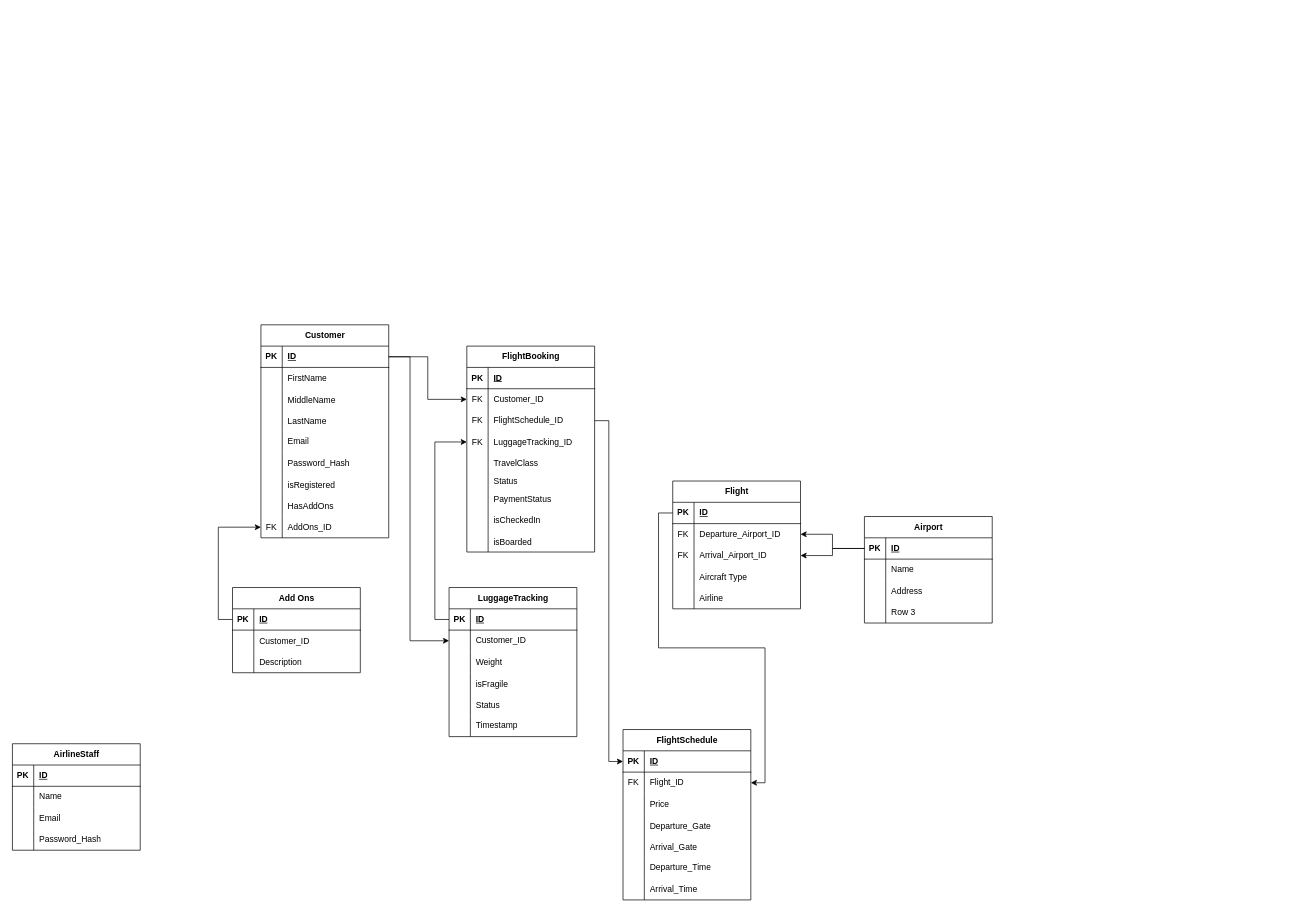
This is Untitled Diagram.drawio from monterdekeanu/monterdekeanu, a draw.io file, before an edit. Source tidied: cells renumbered, new cells numbered last; positions are measured from the earlier drawing's top-left corner, leaving out a move shared by most shapes. Both pictures are drawn from the tidied source at 71%, with x=0, y=0 at pixel (12, 324).
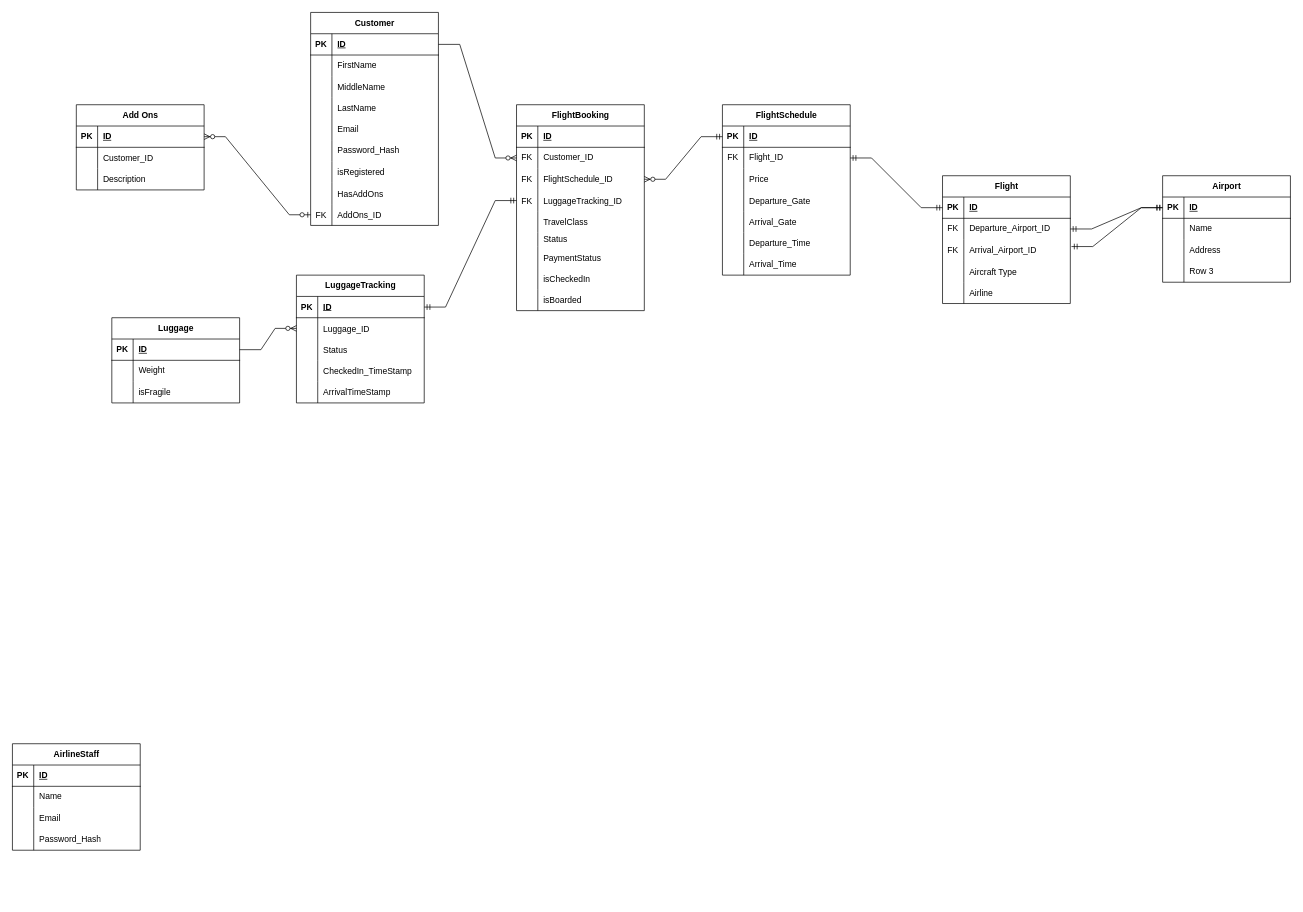
The same page after the edit.

The change refers to these unchanged cells:
```xml
<mxCell id="3" style="shape=tableRow;horizontal=0;startSize=0;swimlaneHead=0;swimlaneBody=0;fillColor=none;points=[[0,0.5],[1,0.5]];portConstraint=eastwest;top=0;left=0;right=0;bottom=1;" parent="2" vertex="1">
  <mxGeometry y="30" width="180" height="30" as="geometry" />
</mxCell>
<mxCell id="27" style="shape=tableRow;horizontal=0;startSize=0;swimlaneHead=0;swimlaneBody=0;fillColor=none;points=[[0,0.5],[1,0.5]];portConstraint=eastwest;top=0;left=0;right=0;bottom=0;" parent="2" vertex="1">
  <mxGeometry y="270" width="180" height="30" as="geometry" />
</mxCell>
<mxCell id="34" style="shape=tableRow;horizontal=0;startSize=0;swimlaneHead=0;swimlaneBody=0;fillColor=none;points=[[0,0.5],[1,0.5]];portConstraint=eastwest;top=0;left=0;right=0;bottom=0;" parent="30" vertex="1">
  <mxGeometry y="60" width="180" height="30" as="geometry" />
</mxCell>
<mxCell id="37" style="shape=tableRow;horizontal=0;startSize=0;swimlaneHead=0;swimlaneBody=0;fillColor=none;points=[[0,0.5],[1,0.5]];portConstraint=eastwest;top=0;left=0;right=0;bottom=0;" parent="30" vertex="1">
  <mxGeometry y="90" width="180" height="30" as="geometry" />
</mxCell>
<mxCell id="40" style="shape=tableRow;horizontal=0;startSize=0;swimlaneHead=0;swimlaneBody=0;fillColor=none;points=[[0,0.5],[1,0.5]];portConstraint=eastwest;top=0;left=0;right=0;bottom=0;" parent="30" vertex="1">
  <mxGeometry y="120" width="180" height="30" as="geometry" />
</mxCell>
<mxCell id="59" style="shape=tableRow;horizontal=0;startSize=0;swimlaneHead=0;swimlaneBody=0;fillColor=none;points=[[0,0.5],[1,0.5]];portConstraint=eastwest;top=0;left=0;right=0;bottom=1;" parent="58" vertex="1">
  <mxGeometry y="30" width="180" height="30" as="geometry" />
</mxCell>
<mxCell id="62" style="shape=tableRow;horizontal=0;startSize=0;swimlaneHead=0;swimlaneBody=0;fillColor=none;points=[[0,0.5],[1,0.5]];portConstraint=eastwest;top=0;left=0;right=0;bottom=0;" parent="58" vertex="1">
  <mxGeometry y="60" width="180" height="30" as="geometry" />
</mxCell>
<mxCell id="81" style="shape=tableRow;horizontal=0;startSize=0;swimlaneHead=0;swimlaneBody=0;fillColor=none;points=[[0,0.5],[1,0.5]];portConstraint=eastwest;top=0;left=0;right=0;bottom=1;" parent="80" vertex="1">
  <mxGeometry y="30" width="180" height="30" as="geometry" />
</mxCell>
<mxCell id="84" style="shape=tableRow;horizontal=0;startSize=0;swimlaneHead=0;swimlaneBody=0;fillColor=none;points=[[0,0.5],[1,0.5]];portConstraint=eastwest;top=0;left=0;right=0;bottom=0;" parent="80" vertex="1">
  <mxGeometry y="60" width="180" height="30" as="geometry" />
</mxCell>
<mxCell id="87" style="shape=tableRow;horizontal=0;startSize=0;swimlaneHead=0;swimlaneBody=0;fillColor=none;points=[[0,0.5],[1,0.5]];portConstraint=eastwest;top=0;left=0;right=0;bottom=0;" parent="80" vertex="1">
  <mxGeometry y="90" width="180" height="30" as="geometry" />
</mxCell>
<mxCell id="97" style="shape=tableRow;horizontal=0;startSize=0;swimlaneHead=0;swimlaneBody=0;fillColor=none;points=[[0,0.5],[1,0.5]];portConstraint=eastwest;top=0;left=0;right=0;bottom=1;" parent="96" vertex="1">
  <mxGeometry y="30" width="180" height="30" as="geometry" />
</mxCell>
<mxCell id="131" style="shape=tableRow;horizontal=0;startSize=0;swimlaneHead=0;swimlaneBody=0;fillColor=none;points=[[0,0.5],[1,0.5]];portConstraint=eastwest;top=0;left=0;right=0;bottom=1;" parent="130" vertex="1">
  <mxGeometry y="30" width="180" height="30" as="geometry" />
</mxCell>
<mxCell id="148" style="shape=tableRow;horizontal=0;startSize=0;swimlaneHead=0;swimlaneBody=0;fillColor=none;points=[[0,0.5],[1,0.5]];portConstraint=eastwest;top=0;left=0;right=0;bottom=1;" parent="147" vertex="1">
  <mxGeometry y="30" width="180" height="30" as="geometry" />
</mxCell>
```

Diff of the diagram source:
```diff
@@
     <mxCell id="2" value="Customer" style="shape=table;startSize=30;childLayout=tableLayout;rowLines=0;fontStyle=1;align=center;html=1;" parent="1" vertex="1">
-      <mxGeometry x="350" width="180" height="300" as="geometry" />
+      <mxGeometry x="420" y="-440" width="180" height="300" as="geometry" />
     </mxCell>
@@
     <mxCell id="30" value="FlightBooking" style="shape=table;startSize=30;childLayout=tableLayout;rowLines=0;fontStyle=1;align=center;html=1;" parent="1" vertex="1">
-      <mxGeometry x="640" y="30" width="180" height="290" as="geometry" />
+      <mxGeometry x="710" y="-310" width="180" height="290" as="geometry" />
     </mxCell>
@@
     <mxCell id="58" value="FlightSchedule" style="shape=table;startSize=30;childLayout=tableLayout;rowLines=0;fontStyle=1;align=center;html=1;" parent="1" vertex="1">
-      <mxGeometry x="860" y="570" width="180" height="240" as="geometry" />
+      <mxGeometry x="1000" y="-310" width="180" height="240" as="geometry" />
     </mxCell>
@@
     <mxCell id="80" value="Flight" style="shape=table;startSize=30;childLayout=tableLayout;rowLines=0;fontStyle=1;align=center;html=1;" parent="1" vertex="1">
-      <mxGeometry x="930" y="220" width="180" height="180" as="geometry" />
+      <mxGeometry x="1310" y="-210" width="180" height="180" as="geometry" />
     </mxCell>
@@
     <mxCell id="96" value="LuggageTracking" style="shape=table;startSize=30;childLayout=tableLayout;rowLines=0;fontStyle=1;align=center;html=1;" parent="1" vertex="1">
-      <mxGeometry x="615" y="370" width="180" height="210" as="geometry" />
+      <mxGeometry x="400" y="-70" width="180" height="180" as="geometry" />
     </mxCell>
@@
-    <mxCell id="100" style="shape=tableRow;horizontal=0;startSize=0;swimlaneHead=0;swimlaneBody=0;fillColor=none;points=[[0,0.5],[1,0.5]];portConstraint=eastwest;top=0;left=0;right=0;bottom=0;" parent="96" vertex="1">
-      <mxGeometry y="60" width="180" height="30" as="geometry" />
-    </mxCell>
-    <mxCell id="101" style="shape=partialRectangle;fillColor=none;top=0;left=0;bottom=0;right=0;overflow=hidden;whiteSpace=wrap;html=1;" parent="100" vertex="1">
-      <mxGeometry width="30" height="30" as="geometry" />
-    </mxCell>
-    <mxCell id="102" value="Customer_ID" style="shape=partialRectangle;fillColor=none;top=0;left=0;bottom=0;right=0;align=left;spacingLeft=6;overflow=hidden;whiteSpace=wrap;html=1;" parent="100" vertex="1">
-      <mxGeometry x="30" width="150" height="30" as="geometry" />
-    </mxCell>
-    <mxCell id="103" style="shape=tableRow;horizontal=0;startSize=0;swimlaneHead=0;swimlaneBody=0;fillColor=none;top=0;left=0;right=0;bottom=0;" parent="96" vertex="1">
-      <mxGeometry y="90" width="180" height="30" as="geometry" />
-    </mxCell>
-    <mxCell id="104" style="shape=partialRectangle;fillColor=none;top=0;left=0;bottom=0;right=0;overflow=hidden;" parent="103" vertex="1">
-      <mxGeometry width="30" height="30" as="geometry" />
-    </mxCell>
-    <mxCell id="105" value="Weight" style="shape=partialRectangle;fillColor=none;top=0;left=0;bottom=0;right=0;align=left;spacingLeft=6;overflow=hidden;" parent="103" vertex="1">
-      <mxGeometry x="30" width="150" height="30" as="geometry" />
-    </mxCell>
     <mxCell id="106" style="shape=tableRow;horizontal=0;startSize=0;swimlaneHead=0;swimlaneBody=0;fillColor=none;points=[[0,0.5],[1,0.5]];portConstraint=eastwest;top=0;left=0;right=0;bottom=0;" parent="96" vertex="1">
-      <mxGeometry y="120" width="180" height="30" as="geometry" />
+      <mxGeometry y="60" width="180" height="30" as="geometry" />
     </mxCell>
@@
-    <mxCell id="108" value="isFragile" style="shape=partialRectangle;fillColor=none;top=0;left=0;bottom=0;right=0;align=left;spacingLeft=6;overflow=hidden;" parent="106" vertex="1">
+    <mxCell id="108" value="Luggage_ID" style="shape=partialRectangle;fillColor=none;top=0;left=0;bottom=0;right=0;align=left;spacingLeft=6;overflow=hidden;" parent="106" vertex="1">
       <mxGeometry x="30" width="150" height="30" as="geometry" />
     </mxCell>
     <mxCell id="109" style="shape=tableRow;horizontal=0;startSize=0;swimlaneHead=0;swimlaneBody=0;fillColor=none;top=0;left=0;right=0;bottom=0;" parent="96" vertex="1">
-      <mxGeometry y="150" width="180" height="30" as="geometry" />
+      <mxGeometry y="90" width="180" height="30" as="geometry" />
     </mxCell>
@@
+    <mxCell id="159" style="shape=tableRow;horizontal=0;startSize=0;swimlaneHead=0;swimlaneBody=0;fillColor=none;top=0;left=0;right=0;bottom=0;" parent="96" vertex="1">
+      <mxGeometry y="120" width="180" height="30" as="geometry" />
+    </mxCell>
+    <mxCell id="104" style="shape=partialRectangle;fillColor=none;top=0;left=0;bottom=0;right=0;overflow=hidden;" parent="159" vertex="1">
+      <mxGeometry width="30" height="30" as="geometry" />
+    </mxCell>
+    <mxCell id="160" value="CheckedIn_TimeStamp" style="shape=partialRectangle;fillColor=none;top=0;left=0;bottom=0;right=0;align=left;spacingLeft=6;overflow=hidden;" parent="159" vertex="1">
+      <mxGeometry x="30" width="150" height="30" as="geometry" />
+    </mxCell>
     <mxCell id="112" style="shape=tableRow;horizontal=0;startSize=0;swimlaneHead=0;swimlaneBody=0;fillColor=none;top=0;left=0;right=0;bottom=0;" parent="96" vertex="1">
-      <mxGeometry y="180" width="180" height="30" as="geometry" />
+      <mxGeometry y="150" width="180" height="30" as="geometry" />
     </mxCell>
@@
-    <mxCell id="114" value="Timestamp" style="shape=partialRectangle;fillColor=none;top=0;left=0;bottom=0;right=0;align=left;spacingLeft=6;overflow=hidden;whiteSpace=wrap;html=1;" parent="112" vertex="1">
+    <mxCell id="114" value="ArrivalTimeStamp" style="shape=partialRectangle;fillColor=none;top=0;left=0;bottom=0;right=0;align=left;spacingLeft=6;overflow=hidden;whiteSpace=wrap;html=1;" parent="112" vertex="1">
       <mxGeometry x="30" width="150" height="30" as="geometry" />
     </mxCell>
-    <mxCell id="115" style="edgeStyle=orthogonalEdgeStyle;rounded=0;jettySize=auto;html=1;exitX=1;exitY=0.5;exitDx=0;exitDy=0;entryX=0;entryY=0.5;entryDx=0;entryDy=0;" parent="1" edge="1" source="3" target="34">
-      <mxGeometry relative="1" as="geometry" />
-    </mxCell>
-    <mxCell id="116" style="edgeStyle=orthogonalEdgeStyle;rounded=0;jettySize=auto;html=1;exitX=0;exitY=0.5;exitDx=0;exitDy=0;entryX=1;entryY=0.5;entryDx=0;entryDy=0;" parent="1" edge="1" source="81" target="62">
-      <mxGeometry relative="1" as="geometry" />
-    </mxCell>
@@
     <mxCell id="130" value="Airport" style="shape=table;startSize=30;childLayout=tableLayout;rowLines=0;fontStyle=1;align=center;html=1;" parent="1" vertex="1">
-      <mxGeometry x="1200" y="270" width="180" height="150" as="geometry" />
+      <mxGeometry x="1620" y="-210" width="180" height="150" as="geometry" />
     </mxCell>
@@
-    <mxCell id="143" style="edgeStyle=orthogonalEdgeStyle;rounded=0;jettySize=auto;html=1;exitX=0;exitY=0.5;exitDx=0;exitDy=0;entryX=1;entryY=0.5;entryDx=0;entryDy=0;" parent="1" edge="1" source="131" target="84">
-      <mxGeometry relative="1" as="geometry" />
-    </mxCell>
-    <mxCell id="144" style="edgeStyle=orthogonalEdgeStyle;rounded=0;jettySize=auto;html=1;exitX=0;exitY=0.5;exitDx=0;exitDy=0;entryX=1;entryY=0.5;entryDx=0;entryDy=0;" parent="1" edge="1" source="131" target="87">
-      <mxGeometry relative="1" as="geometry" />
-    </mxCell>
-    <mxCell id="145" style="edgeStyle=orthogonalEdgeStyle;rounded=0;jettySize=auto;html=1;exitX=1;exitY=0.5;exitDx=0;exitDy=0;entryX=0;entryY=0.5;entryDx=0;entryDy=0;" parent="1" edge="1" source="3" target="100">
-      <mxGeometry relative="1" as="geometry">
-        <Array as="points">
-          <mxPoint x="560" y="45" />
-          <mxPoint x="560" y="445" />
-        </Array>
-      </mxGeometry>
-    </mxCell>
-    <mxCell id="146" style="edgeStyle=orthogonalEdgeStyle;rounded=0;jettySize=auto;html=1;exitX=0;exitY=0.5;exitDx=0;exitDy=0;entryX=0;entryY=0.5;entryDx=0;entryDy=0;" parent="1" edge="1" source="97" target="40">
-      <mxGeometry relative="1" as="geometry" />
-    </mxCell>
     <mxCell id="147" value="Add Ons" style="shape=table;startSize=30;childLayout=tableLayout;rowLines=0;fontStyle=1;align=center;html=1;" parent="1" vertex="1">
-      <mxGeometry x="310" y="370" width="180" height="120" as="geometry" />
+      <mxGeometry x="90" y="-310" width="180" height="120" as="geometry" />
     </mxCell>
@@
-    <mxCell id="157" style="edgeStyle=orthogonalEdgeStyle;rounded=0;jettySize=auto;html=1;exitX=0;exitY=0.5;exitDx=0;exitDy=0;" parent="1" edge="1" source="148" target="27">
-      <mxGeometry relative="1" as="geometry" />
-    </mxCell>
-    <mxCell id="158" style="edgeStyle=orthogonalEdgeStyle;rounded=0;jettySize=auto;html=1;exitX=1;exitY=0.5;exitDx=0;exitDy=0;entryX=0;entryY=0.5;entryDx=0;entryDy=0;" parent="1" edge="1" source="37" target="59">
-      <mxGeometry relative="1" as="geometry" />
-    </mxCell>
+    <mxCell id="115" style="edgeStyle=entityRelationEdgeStyle;fontSize=12;html=1;endArrow=ERzeroToMany;endFill=1;rounded=0;entryX=0;entryY=0.5;entryDx=0;entryDy=0;exitX=1;exitY=0.5;exitDx=0;exitDy=0;" parent="1" edge="1" source="3" target="34">
+      <mxGeometry relative="1" as="geometry" />
+    </mxCell>
+    <mxCell id="161" style="edgeStyle=entityRelationEdgeStyle;fontSize=12;html=1;endArrow=ERzeroToMany;startArrow=ERmandOne;rounded=0;exitX=0;exitY=0.5;exitDx=0;exitDy=0;entryX=1;entryY=0.5;entryDx=0;entryDy=0;" parent="1" edge="1" source="59" target="37">
+      <mxGeometry relative="1" as="geometry" />
+    </mxCell>
+    <mxCell id="162" style="edgeStyle=entityRelationEdgeStyle;fontSize=12;html=1;endArrow=ERmandOne;startArrow=ERmandOne;rounded=0;exitX=1;exitY=0.5;exitDx=0;exitDy=0;entryX=0;entryY=0.5;entryDx=0;entryDy=0;" parent="1" edge="1" source="62" target="81">
+      <mxGeometry relative="1" as="geometry" />
+    </mxCell>
+    <mxCell id="146" style="edgeStyle=entityRelationEdgeStyle;fontSize=12;html=1;endArrow=ERmandOne;startArrow=ERmandOne;rounded=0;entryX=0;entryY=0.5;entryDx=0;entryDy=0;exitX=1;exitY=0.5;exitDx=0;exitDy=0;" parent="1" edge="1" source="97" target="40">
+      <mxGeometry relative="1" as="geometry" />
+    </mxCell>
+    <mxCell id="163" value="Luggage" style="shape=table;startSize=30;childLayout=tableLayout;rowLines=0;fontStyle=1;align=center;html=1;" parent="1" vertex="1">
+      <mxGeometry x="140" y="-10" width="180" height="120" as="geometry" />
+    </mxCell>
+    <mxCell id="164" style="shape=tableRow;horizontal=0;startSize=0;swimlaneHead=0;swimlaneBody=0;fillColor=none;points=[[0,0.5],[1,0.5]];portConstraint=eastwest;top=0;left=0;right=0;bottom=1;" parent="163" vertex="1">
+      <mxGeometry y="30" width="180" height="30" as="geometry" />
+    </mxCell>
+    <mxCell id="165" value="PK" style="shape=partialRectangle;fillColor=none;top=0;left=0;bottom=0;right=0;fontStyle=1;overflow=hidden;whiteSpace=wrap;html=1;" parent="164" vertex="1">
+      <mxGeometry width="30" height="30" as="geometry" />
+    </mxCell>
+    <mxCell id="166" value="ID" style="shape=partialRectangle;fillColor=none;top=0;left=0;bottom=0;right=0;align=left;spacingLeft=6;fontStyle=5;overflow=hidden;whiteSpace=wrap;html=1;" parent="164" vertex="1">
+      <mxGeometry x="30" width="150" height="30" as="geometry" />
+    </mxCell>
+    <mxCell id="100" style="shape=tableRow;horizontal=0;startSize=0;swimlaneHead=0;swimlaneBody=0;fillColor=none;points=[[0,0.5],[1,0.5]];portConstraint=eastwest;top=0;left=0;right=0;bottom=0;" parent="163" vertex="1">
+      <mxGeometry y="60" width="180" height="30" as="geometry" />
+    </mxCell>
+    <mxCell id="167" style="shape=partialRectangle;fillColor=none;top=0;left=0;bottom=0;right=0;overflow=hidden;whiteSpace=wrap;html=1;" parent="100" vertex="1">
+      <mxGeometry width="30" height="30" as="geometry" />
+    </mxCell>
+    <mxCell id="105" value="Weight" style="shape=partialRectangle;fillColor=none;top=0;left=0;bottom=0;right=0;align=left;spacingLeft=6;overflow=hidden;whiteSpace=wrap;html=1;" parent="100" vertex="1">
+      <mxGeometry x="30" width="150" height="30" as="geometry" />
+    </mxCell>
+    <mxCell id="103" style="shape=tableRow;horizontal=0;startSize=0;swimlaneHead=0;swimlaneBody=0;fillColor=none;top=0;left=0;right=0;bottom=0;" parent="163" vertex="1">
+      <mxGeometry y="90" width="180" height="30" as="geometry" />
+    </mxCell>
+    <mxCell id="168" style="shape=partialRectangle;fillColor=none;top=0;left=0;bottom=0;right=0;overflow=hidden;whiteSpace=wrap;html=1;" parent="103" vertex="1">
+      <mxGeometry width="30" height="30" as="geometry" />
+    </mxCell>
+    <mxCell id="169" value="isFragile" style="shape=partialRectangle;fillColor=none;top=0;left=0;bottom=0;right=0;align=left;spacingLeft=6;overflow=hidden;whiteSpace=wrap;html=1;" parent="103" vertex="1">
+      <mxGeometry x="30" width="150" height="30" as="geometry" />
+    </mxCell>
+    <mxCell id="170" style="edgeStyle=entityRelationEdgeStyle;fontSize=12;html=1;endArrow=ERzeroToMany;endFill=1;rounded=0;exitX=1;exitY=0.5;exitDx=0;exitDy=0;entryX=0;entryY=0.5;entryDx=0;entryDy=0;" parent="1" edge="1" source="164" target="106">
+      <mxGeometry relative="1" as="geometry" />
+    </mxCell>
+    <mxCell id="171" style="edgeStyle=entityRelationEdgeStyle;fontSize=12;html=1;endArrow=ERmandOne;startArrow=ERmandOne;rounded=0;exitX=1;exitY=0.5;exitDx=0;exitDy=0;entryX=0;entryY=0.5;entryDx=0;entryDy=0;" parent="1" edge="1" source="84" target="131">
+      <mxGeometry relative="1" as="geometry" />
+    </mxCell>
+    <mxCell id="172" style="edgeStyle=entityRelationEdgeStyle;fontSize=12;html=1;endArrow=ERmandOne;startArrow=ERmandOne;rounded=0;exitX=1.009;exitY=0.325;exitDx=0;exitDy=0;exitPerimeter=0;entryX=0;entryY=0.5;entryDx=0;entryDy=0;" parent="1" edge="1" source="87" target="131">
+      <mxGeometry relative="1" as="geometry" />
+    </mxCell>
+    <mxCell id="173" style="edgeStyle=entityRelationEdgeStyle;fontSize=12;html=1;endArrow=ERzeroToMany;startArrow=ERzeroToOne;rounded=0;exitX=0;exitY=0.5;exitDx=0;exitDy=0;" parent="1" edge="1" source="27" target="148">
+      <mxGeometry relative="1" as="geometry">
+        <Array as="points">
+          <mxPoint x="130" y="-390" />
+        </Array>
+      </mxGeometry>
+    </mxCell>
```
